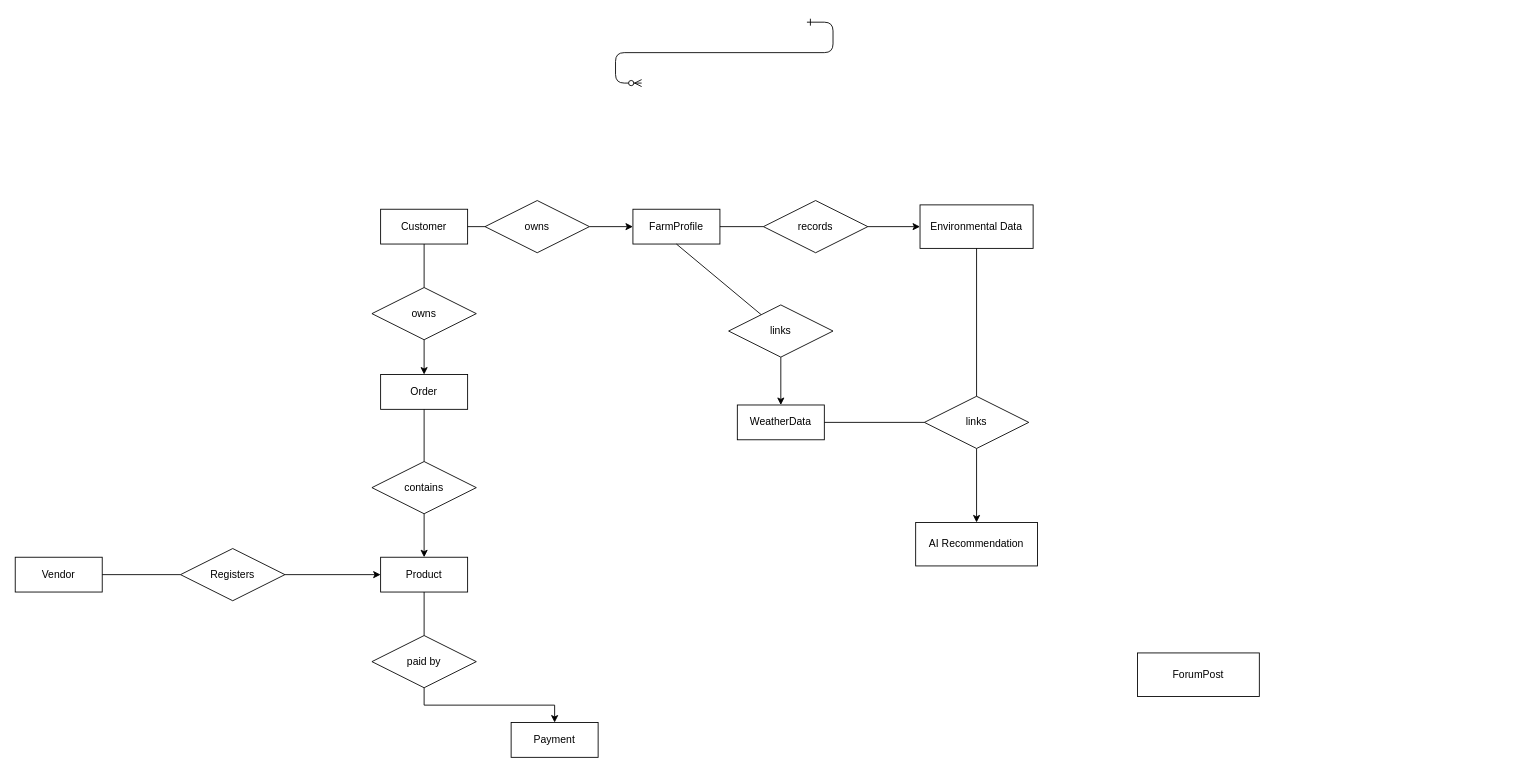
The draw.io diagram ERD_Verdant.drawio in VerdantTech-Solution/Documents, before the edit. Source tidied: cells renumbered, new cells numbered last; positions are measured from the earlier drawing's top-left corner, leaving out a move shared by most shapes. Both pictures are drawn from the tidied source at 87%, with x=0, y=0 at pixel (15, 22).
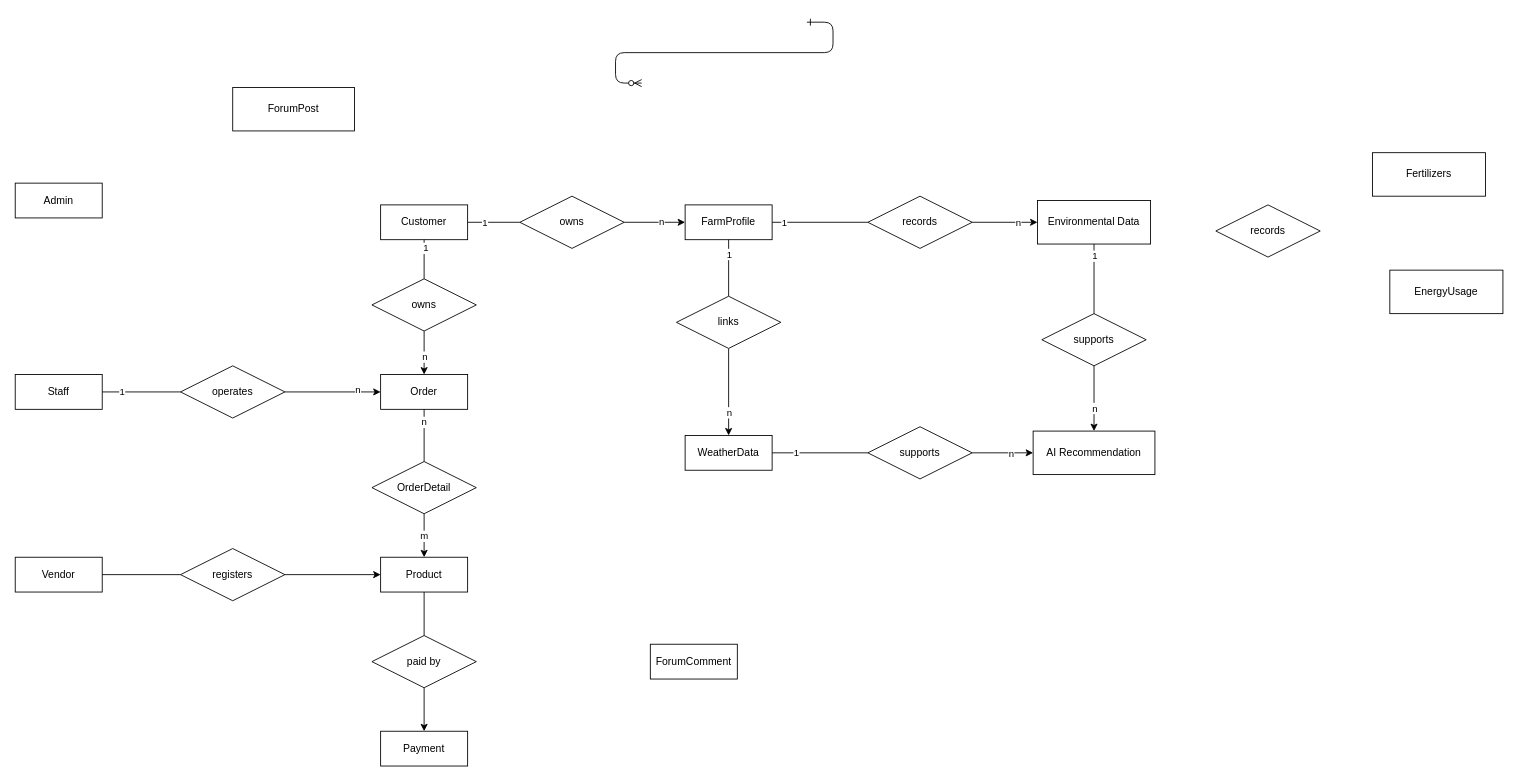
After the change.

Unchanged cells that the change refers to:
```xml
<mxCell id="7" value="Order" style="whiteSpace=wrap;html=1;align=center;" parent="1" vertex="1">
  <mxGeometry x="420" y="405" width="100" height="40" as="geometry" />
</mxCell>
<mxCell id="13" style="edgeStyle=orthogonalEdgeStyle;rounded=0;jettySize=auto;html=1;exitX=1;exitY=0.5;exitDx=0;exitDy=0;entryX=0;entryY=0.5;entryDx=0;entryDy=0;" parent="1" edge="1" source="14" target="5">
  <mxGeometry relative="1" as="geometry" />
</mxCell>
<mxCell id="15" style="edgeStyle=orthogonalEdgeStyle;rounded=0;jettySize=auto;html=1;exitX=1;exitY=0.5;exitDx=0;exitDy=0;entryX=0;entryY=0.5;entryDx=0;entryDy=0;" parent="1" edge="1" source="16" target="9">
  <mxGeometry relative="1" as="geometry" />
</mxCell>
<mxCell id="17" style="endArrow=none;html=1;rounded=0;exitX=1;exitY=0.5;exitDx=0;exitDy=0;entryX=0;entryY=0.5;entryDx=0;entryDy=0;" parent="1" edge="1" source="5" target="16">
  <mxGeometry relative="1" as="geometry" />
</mxCell>
<mxCell id="18" style="endArrow=none;html=1;rounded=0;exitX=0.5;exitY=1;exitDx=0;exitDy=0;" parent="1" edge="1" source="5" target="20">
  <mxGeometry relative="1" as="geometry" />
</mxCell>
<mxCell id="19" style="edgeStyle=orthogonalEdgeStyle;rounded=0;jettySize=auto;html=1;exitX=0.5;exitY=1;exitDx=0;exitDy=0;entryX=0.5;entryY=0;entryDx=0;entryDy=0;" parent="1" edge="1" source="20" target="10">
  <mxGeometry relative="1" as="geometry" />
</mxCell>
<mxCell id="21" style="edgeStyle=orthogonalEdgeStyle;rounded=0;jettySize=auto;html=1;exitX=0.5;exitY=1;exitDx=0;exitDy=0;entryX=0.5;entryY=0;entryDx=0;entryDy=0;" parent="1" edge="1" source="22" target="11">
  <mxGeometry relative="1" as="geometry" />
</mxCell>
<mxCell id="24" style="endArrow=none;html=1;rounded=0;exitX=0.5;exitY=1;exitDx=0;exitDy=0;entryX=0.5;entryY=0;entryDx=0;entryDy=0;" parent="1" edge="1" source="9" target="22">
  <mxGeometry relative="1" as="geometry" />
</mxCell>
<mxCell id="25" style="edgeStyle=orthogonalEdgeStyle;rounded=0;jettySize=auto;html=1;exitX=0.5;exitY=1;exitDx=0;exitDy=0;entryX=0.5;entryY=0;entryDx=0;entryDy=0;" parent="1" edge="1" source="26" target="7">
  <mxGeometry relative="1" as="geometry" />
</mxCell>
<mxCell id="28" style="edgeStyle=orthogonalEdgeStyle;rounded=0;jettySize=auto;html=1;exitX=0.5;exitY=1;exitDx=0;exitDy=0;" parent="1" edge="1" source="29" target="6">
  <mxGeometry relative="1" as="geometry" />
</mxCell>
<mxCell id="30" style="endArrow=none;html=1;rounded=0;exitX=0.5;exitY=1;exitDx=0;exitDy=0;entryX=0.5;entryY=0;entryDx=0;entryDy=0;" parent="1" edge="1" source="7" target="29">
  <mxGeometry relative="1" as="geometry" />
</mxCell>
<mxCell id="37" style="endArrow=none;html=1;rounded=0;exitX=1;exitY=0.5;exitDx=0;exitDy=0;entryX=0;entryY=0.5;entryDx=0;entryDy=0;" parent="1" edge="1" source="3" target="14">
  <mxGeometry relative="1" as="geometry" />
</mxCell>
```

Change to the diagram source:
```diff
@@
     <mxCell id="3" value="Customer" style="whiteSpace=wrap;html=1;align=center;" parent="1" vertex="1">
-      <mxGeometry x="420" y="215" width="100" height="40" as="geometry" />
+      <mxGeometry x="420" y="210" width="100" height="40" as="geometry" />
     </mxCell>
@@
     <mxCell id="5" value="FarmProfile" style="whiteSpace=wrap;html=1;align=center;" parent="1" vertex="1">
-      <mxGeometry x="710" y="215" width="100" height="40" as="geometry" />
+      <mxGeometry x="770" y="210" width="100" height="40" as="geometry" />
     </mxCell>
@@
     <mxCell id="8" value="Payment" style="whiteSpace=wrap;html=1;align=center;" parent="1" vertex="1">
-      <mxGeometry x="570" y="805" width="100" height="40" as="geometry" />
+      <mxGeometry x="420" y="815" width="100" height="40" as="geometry" />
     </mxCell>
     <mxCell id="9" value="Environmental Data" style="whiteSpace=wrap;html=1;align=center;" parent="1" vertex="1">
-      <mxGeometry x="1040" y="210" width="130" height="50" as="geometry" />
+      <mxGeometry x="1175" y="205" width="130" height="50" as="geometry" />
     </mxCell>
     <mxCell id="10" value="WeatherData" style="whiteSpace=wrap;html=1;align=center;" parent="1" vertex="1">
-      <mxGeometry x="830" y="440" width="100" height="40" as="geometry" />
+      <mxGeometry x="770" y="475" width="100" height="40" as="geometry" />
     </mxCell>
     <mxCell id="11" value="AI Recommendation" style="whiteSpace=wrap;html=1;align=center;" parent="1" vertex="1">
-      <mxGeometry x="1035" y="575" width="140" height="50" as="geometry" />
+      <mxGeometry x="1170" y="470" width="140" height="50" as="geometry" />
     </mxCell>
     <mxCell id="12" value="ForumPost" style="whiteSpace=wrap;html=1;align=center;" parent="1" vertex="1">
-      <mxGeometry x="1290" y="725" width="140" height="50" as="geometry" />
+      <mxGeometry x="250" y="75" width="140" height="50" as="geometry" />
     </mxCell>
@@
+    <mxCell id="38" value="n" style="edgeLabel;html=1;align=center;verticalAlign=middle;" parent="13" vertex="1">
+      <mxGeometry x="0.21" y="1" relative="1" as="geometry" />
+    </mxCell>
     <mxCell id="14" value="owns" style="shape=rhombus;perimeter=rhombusPerimeter;whiteSpace=wrap;html=1;align=center;" parent="1" vertex="1">
-      <mxGeometry x="540" y="205" width="120" height="60" as="geometry" />
+      <mxGeometry x="580" y="200" width="120" height="60" as="geometry" />
     </mxCell>
@@
+    <mxCell id="39" value="n" style="edgeLabel;html=1;align=center;verticalAlign=middle;" parent="15" vertex="1">
+      <mxGeometry x="0.38" y="-2" relative="1" as="geometry">
+        <mxPoint y="-2" as="offset" />
+      </mxGeometry>
+    </mxCell>
     <mxCell id="16" value="records" style="shape=rhombus;perimeter=rhombusPerimeter;whiteSpace=wrap;html=1;align=center;" parent="1" vertex="1">
-      <mxGeometry x="860" y="205" width="120" height="60" as="geometry" />
+      <mxGeometry x="980" y="200" width="120" height="60" as="geometry" />
     </mxCell>
@@
+    <mxCell id="40" value="1" style="edgeLabel;html=1;align=center;verticalAlign=middle;" parent="17" vertex="1">
+      <mxGeometry x="-0.77" relative="1" as="geometry" />
+    </mxCell>
@@
+    <mxCell id="41" value="1" style="edgeLabel;html=1;align=center;verticalAlign=middle;" parent="18" vertex="1">
+      <mxGeometry x="-0.51" relative="1" as="geometry" />
+    </mxCell>
@@
+    <mxCell id="42" value="n" style="edgeLabel;html=1;align=center;verticalAlign=middle;" parent="19" vertex="1">
+      <mxGeometry x="0.46" relative="1" as="geometry" />
+    </mxCell>
     <mxCell id="20" value="links" style="shape=rhombus;perimeter=rhombusPerimeter;whiteSpace=wrap;html=1;align=center;" parent="1" vertex="1">
-      <mxGeometry x="820" y="325" width="120" height="60" as="geometry" />
+      <mxGeometry x="760" y="315" width="120" height="60" as="geometry" />
     </mxCell>
@@
+    <mxCell id="43" value="n" style="edgeLabel;html=1;align=center;verticalAlign=middle;" parent="21" vertex="1">
+      <mxGeometry x="0.29" relative="1" as="geometry" />
+    </mxCell>
-    <mxCell id="22" value="links" style="shape=rhombus;perimeter=rhombusPerimeter;whiteSpace=wrap;html=1;align=center;" parent="1" vertex="1">
-      <mxGeometry x="1045" y="430" width="120" height="60" as="geometry" />
+    <mxCell id="22" value="supports" style="shape=rhombus;perimeter=rhombusPerimeter;whiteSpace=wrap;html=1;align=center;" parent="1" vertex="1">
+      <mxGeometry x="1180" y="335" width="120" height="60" as="geometry" />
     </mxCell>
-    <mxCell id="23" style="endArrow=none;html=1;rounded=0;exitX=1;exitY=0.5;exitDx=0;exitDy=0;entryX=0;entryY=0.5;entryDx=0;entryDy=0;" parent="1" edge="1" source="10" target="22">
+    <mxCell id="23" style="endArrow=none;html=1;rounded=0;exitX=1;exitY=0.5;exitDx=0;exitDy=0;entryX=0;entryY=0.5;entryDx=0;entryDy=0;" parent="1" edge="1" source="10" target="58">
       <mxGeometry relative="1" as="geometry" />
     </mxCell>
+    <mxCell id="44" value="1" style="edgeLabel;html=1;align=center;verticalAlign=middle;" parent="23" vertex="1">
+      <mxGeometry x="-0.51" y="1" relative="1" as="geometry" />
+    </mxCell>
@@
+    <mxCell id="45" value="1" style="edgeLabel;html=1;align=center;verticalAlign=middle;" parent="24" vertex="1">
+      <mxGeometry x="-0.67" relative="1" as="geometry" />
+    </mxCell>
@@
+    <mxCell id="46" value="n" style="edgeLabel;html=1;align=center;verticalAlign=middle;" parent="25" vertex="1">
+      <mxGeometry x="0.63" y="1" relative="1" as="geometry">
+        <mxPoint x="-1" y="-12" as="offset" />
+      </mxGeometry>
+    </mxCell>
     <mxCell id="26" value="owns" style="shape=rhombus;perimeter=rhombusPerimeter;whiteSpace=wrap;html=1;align=center;" parent="1" vertex="1">
-      <mxGeometry x="410" y="305" width="120" height="60" as="geometry" />
+      <mxGeometry x="410" y="295" width="120" height="60" as="geometry" />
     </mxCell>
-    <mxCell id="27" style="endArrow=none;html=1;rounded=0;exitX=0.5;exitY=1;exitDx=0;exitDy=0;entryX=0.5;entryY=0;entryDx=0;entryDy=0;" parent="1" edge="1" source="3" target="26">
-      <mxGeometry relative="1" as="geometry" />
-    </mxCell>
@@
+    <mxCell id="47" value="m" style="edgeLabel;html=1;align=center;verticalAlign=middle;" parent="28" vertex="1">
+      <mxGeometry x="-0.02" y="-1" relative="1" as="geometry" />
+    </mxCell>
-    <mxCell id="29" value="contains" style="shape=rhombus;perimeter=rhombusPerimeter;whiteSpace=wrap;html=1;align=center;" parent="1" vertex="1">
+    <mxCell id="29" value="OrderDetail" style="shape=rhombus;perimeter=rhombusPerimeter;whiteSpace=wrap;html=1;align=center;" parent="1" vertex="1">
       <mxGeometry x="410" y="505" width="120" height="60" as="geometry" />
     </mxCell>
@@
+    <mxCell id="48" value="n" style="edgeLabel;html=1;align=center;verticalAlign=middle;" parent="30" vertex="1">
+      <mxGeometry x="-0.52" y="-1" relative="1" as="geometry" />
+    </mxCell>
@@
-    <mxCell id="35" value="Registers" style="shape=rhombus;perimeter=rhombusPerimeter;whiteSpace=wrap;html=1;align=center;" parent="1" vertex="1">
+    <mxCell id="35" value="registers" style="shape=rhombus;perimeter=rhombusPerimeter;whiteSpace=wrap;html=1;align=center;" parent="1" vertex="1">
       <mxGeometry x="190" y="605" width="120" height="60" as="geometry" />
     </mxCell>
@@
+    <mxCell id="49" value="1" style="edgeLabel;html=1;align=center;verticalAlign=middle;" parent="37" vertex="1">
+      <mxGeometry x="-0.38" y="1" relative="1" as="geometry">
+        <mxPoint y="1" as="offset" />
+      </mxGeometry>
+    </mxCell>
+    <mxCell id="50" value="Staff" style="whiteSpace=wrap;html=1;align=center;" parent="1" vertex="1">
+      <mxGeometry y="405" width="100" height="40" as="geometry" />
+    </mxCell>
+    <mxCell id="51" style="edgeStyle=orthogonalEdgeStyle;rounded=0;jettySize=auto;html=1;exitX=1;exitY=0.5;exitDx=0;exitDy=0;" parent="1" edge="1" source="53" target="7">
+      <mxGeometry relative="1" as="geometry" />
+    </mxCell>
+    <mxCell id="52" value="n" style="edgeLabel;html=1;align=center;verticalAlign=middle;" parent="51" vertex="1">
+      <mxGeometry x="0.51" y="3" relative="1" as="geometry" />
+    </mxCell>
+    <mxCell id="53" value="operates" style="shape=rhombus;perimeter=rhombusPerimeter;whiteSpace=wrap;html=1;align=center;" parent="1" vertex="1">
+      <mxGeometry x="190" y="395" width="120" height="60" as="geometry" />
+    </mxCell>
+    <mxCell id="54" style="endArrow=none;html=1;rounded=0;exitX=1;exitY=0.5;exitDx=0;exitDy=0;entryX=0;entryY=0.5;entryDx=0;entryDy=0;" parent="1" edge="1" source="50" target="53">
+      <mxGeometry relative="1" as="geometry" />
+    </mxCell>
+    <mxCell id="55" value="1" style="edgeLabel;html=1;align=center;verticalAlign=middle;" parent="54" vertex="1">
+      <mxGeometry x="-0.51" y="1" relative="1" as="geometry" />
+    </mxCell>
+    <mxCell id="56" style="edgeStyle=orthogonalEdgeStyle;rounded=0;jettySize=auto;html=1;exitX=1;exitY=0.5;exitDx=0;exitDy=0;entryX=0;entryY=0.5;entryDx=0;entryDy=0;" parent="1" edge="1" source="58" target="11">
+      <mxGeometry relative="1" as="geometry" />
+    </mxCell>
+    <mxCell id="57" value="n" style="edgeLabel;html=1;align=center;verticalAlign=middle;" parent="56" vertex="1">
+      <mxGeometry x="0.25" relative="1" as="geometry" />
+    </mxCell>
+    <mxCell id="58" value="supports" style="shape=rhombus;perimeter=rhombusPerimeter;whiteSpace=wrap;html=1;align=center;" parent="1" vertex="1">
+      <mxGeometry x="980" y="465" width="120" height="60" as="geometry" />
+    </mxCell>
+    <mxCell id="59" value="Admin" style="whiteSpace=wrap;html=1;align=center;" parent="1" vertex="1">
+      <mxGeometry y="185" width="100" height="40" as="geometry" />
+    </mxCell>
+    <mxCell id="60" value="ForumComment" style="whiteSpace=wrap;html=1;align=center;" parent="1" vertex="1">
+      <mxGeometry x="730" y="715" width="100" height="40" as="geometry" />
+    </mxCell>
+    <mxCell id="27" style="endArrow=none;html=1;rounded=0;exitX=0.5;exitY=1;exitDx=0;exitDy=0;entryX=0.5;entryY=0;entryDx=0;entryDy=0;" parent="1" edge="1" source="3" target="26">
+      <mxGeometry relative="1" as="geometry" />
+    </mxCell>
+    <mxCell id="61" value="1" style="edgeLabel;html=1;align=center;verticalAlign=middle;" parent="27" vertex="1">
+      <mxGeometry x="-0.58" y="1" relative="1" as="geometry" />
+    </mxCell>
+    <mxCell id="62" value="records" style="shape=rhombus;perimeter=rhombusPerimeter;whiteSpace=wrap;html=1;align=center;" parent="1" vertex="1">
+      <mxGeometry x="1380" y="210" width="120" height="60" as="geometry" />
+    </mxCell>
+    <mxCell id="63" value="Fertilizers" style="whiteSpace=wrap;html=1;align=center;" parent="1" vertex="1">
+      <mxGeometry x="1560" y="150" width="130" height="50" as="geometry" />
+    </mxCell>
+    <mxCell id="64" value="EnergyUsage" style="whiteSpace=wrap;html=1;align=center;" parent="1" vertex="1">
+      <mxGeometry x="1580" y="285" width="130" height="50" as="geometry" />
+    </mxCell>
```
